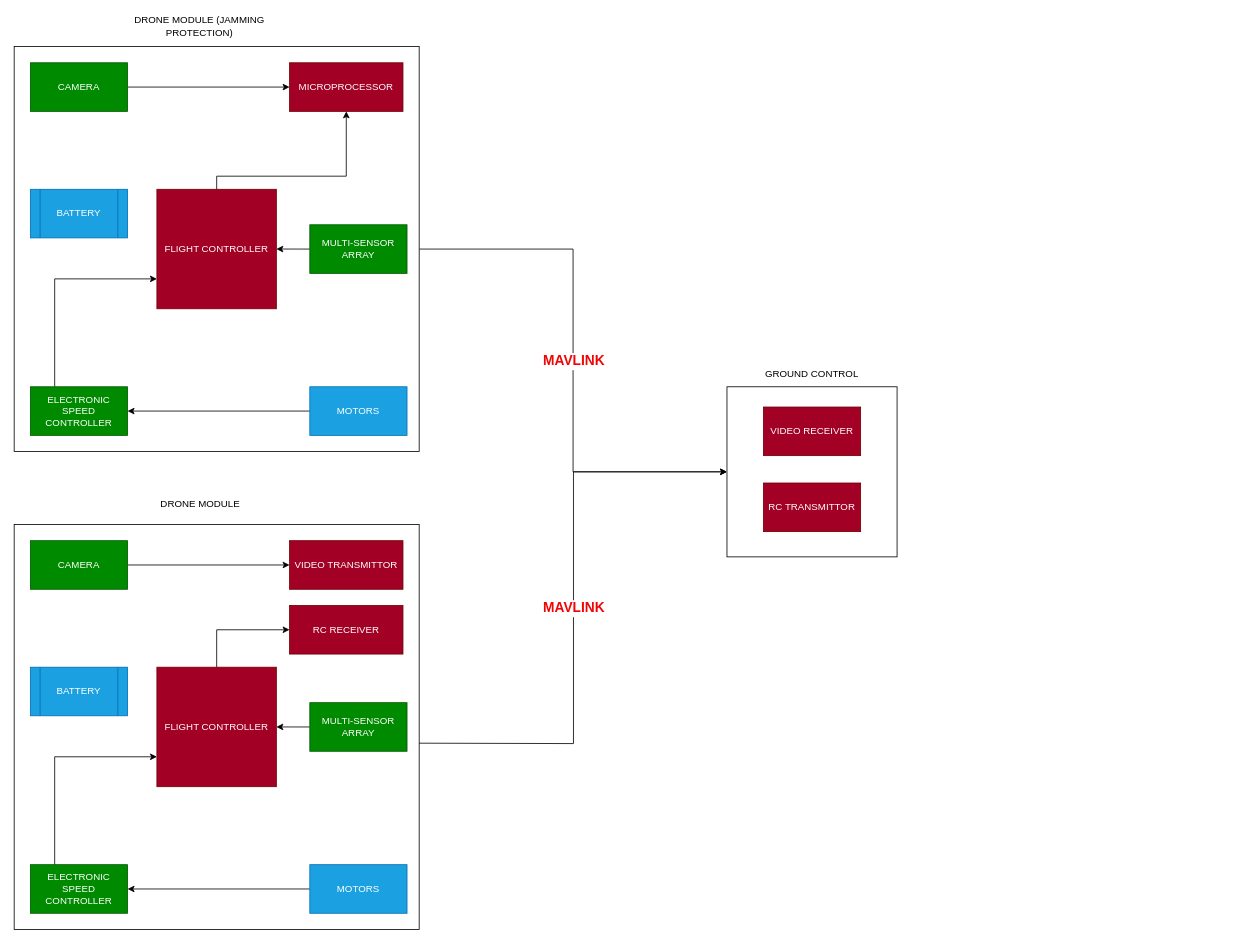
Earlier version of the draw.io diagram design/component_relationship.drawio (S-Khos/Precision-Guided-Loitering-Drone). Source tidied: cells renumbered, new cells numbered last; positions are measured from the earlier drawing's top-left corner, leaving out a move shared by most shapes. Both pictures are drawn from the tidied source at 81%, with x=0, y=0 at pixel (14, 14).
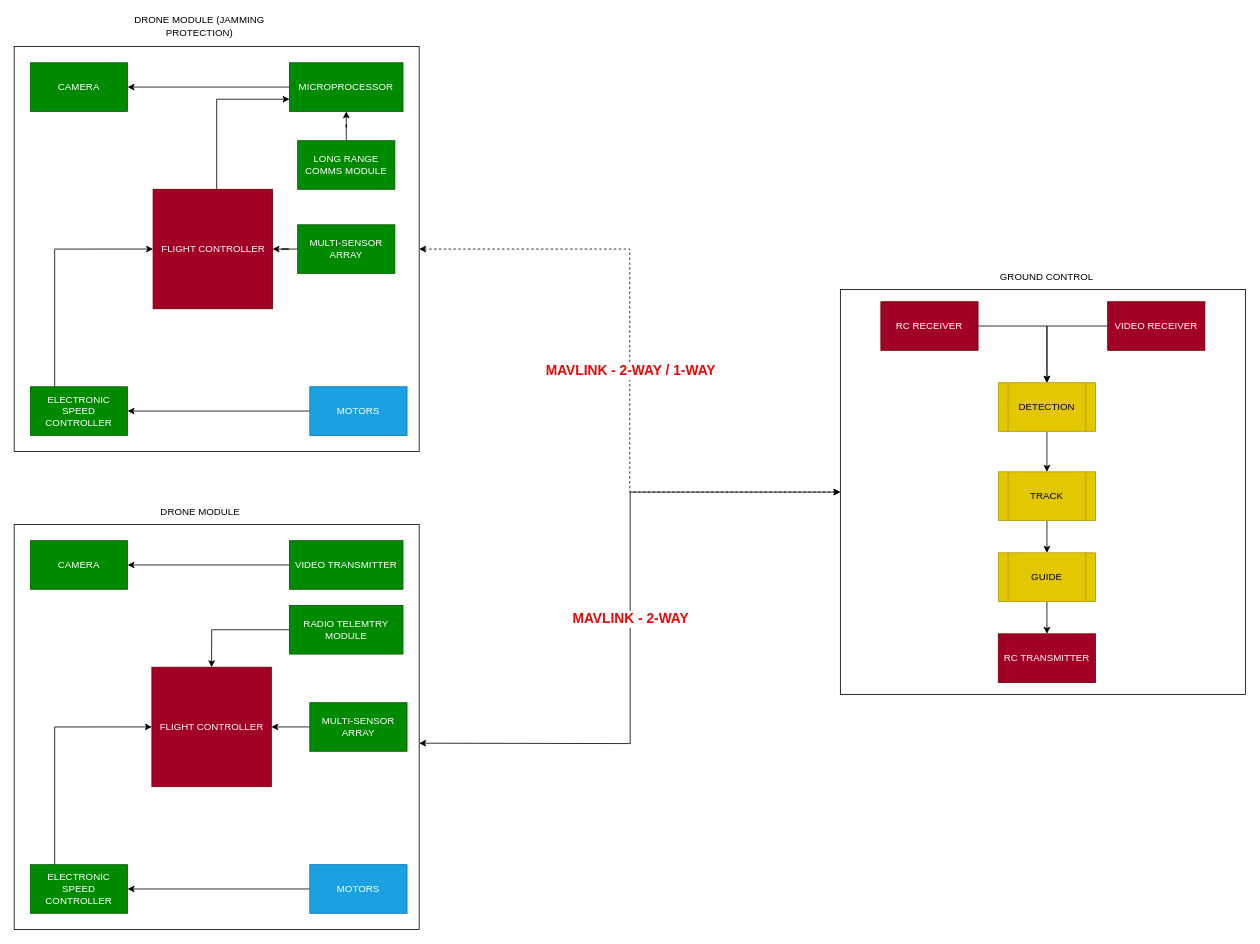
Above is the later version.

Unchanged cells that the change refers to:
```xml
<mxCell id="4" style="whiteSpace=wrap;html=1;" parent="1" vertex="1">
  <mxGeometry y="40" width="500" height="500" as="geometry" />
</mxCell>
<mxCell id="8" value="ELECTRONIC SPEED CONTROLLER" style="rounded=0;whiteSpace=wrap;html=1;fillColor=#008a00;fontColor=#ffffff;strokeColor=#005700;" parent="1" vertex="1">
  <mxGeometry x="20" y="460" width="120" height="60" as="geometry" />
</mxCell>
<mxCell id="12" value="CAMERA" style="rounded=0;whiteSpace=wrap;html=1;fillColor=#008a00;fontColor=#ffffff;strokeColor=#005700;" parent="1" vertex="1">
  <mxGeometry x="20" y="60" width="120" height="60" as="geometry" />
</mxCell>
<mxCell id="26" value="ELECTRONIC SPEED CONTROLLER" style="rounded=0;whiteSpace=wrap;html=1;fillColor=#008a00;fontColor=#ffffff;strokeColor=#005700;" parent="1" vertex="1">
  <mxGeometry x="20" y="1050" width="120" height="60" as="geometry" />
</mxCell>
<mxCell id="30" value="CAMERA" style="rounded=0;whiteSpace=wrap;html=1;fillColor=#008a00;fontColor=#ffffff;strokeColor=#005700;" parent="1" vertex="1">
  <mxGeometry x="20" y="650" width="120" height="60" as="geometry" />
</mxCell>
<mxCell id="32" value="MULTI-SENSOR ARRAY" style="rounded=0;whiteSpace=wrap;html=1;fillColor=#008a00;fontColor=#ffffff;strokeColor=#005700;" parent="1" vertex="1">
  <mxGeometry x="365" y="850" width="120" height="60" as="geometry" />
</mxCell>
```

The edit, as a diff of the source:
```diff
@@
-    <mxCell id="2" style="edgeStyle=orthogonalEdgeStyle;rounded=0;jettySize=auto;html=1;" parent="1" edge="1" source="4" target="15">
+    <mxCell id="2" style="edgeStyle=orthogonalEdgeStyle;rounded=0;jettySize=auto;html=1;endArrow=classic;endFill=1;startArrow=classic;startFill=1;dashed=1;" parent="1" edge="1" source="4" target="15">
       <mxGeometry relative="1" as="geometry" />
     </mxCell>
-    <mxCell id="3" value="MAVLINK" style="edgeLabel;html=1;align=center;verticalAlign=middle;fontStyle=1;fontSize=17;fontColor=#F00505;" parent="2" vertex="1">
+    <mxCell id="3" value="MAVLINK - 2-WAY / 1-WAY" style="edgeLabel;html=1;align=center;verticalAlign=middle;fontStyle=1;fontSize=17;fontColor=#F00505;" parent="2" vertex="1">
       <mxGeometry relative="1" as="geometry" />
     </mxCell>
@@
-    <mxCell id="5" style="edgeStyle=orthogonalEdgeStyle;rounded=0;jettySize=auto;html=1;" parent="1" edge="1" source="6" target="9">
+    <mxCell id="5" style="edgeStyle=orthogonalEdgeStyle;rounded=0;jettySize=auto;html=1;entryX=0;entryY=0.75;entryDx=0;entryDy=0;" parent="1" edge="1" source="6" target="9">
       <mxGeometry relative="1" as="geometry">
         <Array as="points">
-          <mxPoint x="250" y="200" />
-          <mxPoint x="410" y="200" />
+          <mxPoint x="250" y="105" />
         </Array>
       </mxGeometry>
     </mxCell>
     <mxCell id="6" value="FLIGHT CONTROLLER" style="whiteSpace=wrap;html=1;fillColor=#a20025;fontColor=#ffffff;strokeColor=#6F0000;" parent="1" vertex="1">
-      <mxGeometry x="176.2" y="216.2" width="147.5" height="147.5" as="geometry" />
+      <mxGeometry x="171.5" y="216.2" width="147.5" height="147.5" as="geometry" />
     </mxCell>
-    <mxCell id="7" style="edgeStyle=orthogonalEdgeStyle;rounded=0;jettySize=auto;html=1;exitX=0.25;exitY=0;exitDx=0;exitDy=0;entryX=0;entryY=0.75;entryDx=0;entryDy=0;" parent="1" edge="1" source="8" target="6">
+    <mxCell id="7" style="edgeStyle=orthogonalEdgeStyle;rounded=0;jettySize=auto;html=1;exitX=0.25;exitY=0;exitDx=0;exitDy=0;entryX=0;entryY=0.5;entryDx=0;entryDy=0;" parent="1" edge="1" source="8" target="6">
       <mxGeometry relative="1" as="geometry" />
     </mxCell>
@@
+    <mxCell id="39" style="edgeStyle=orthogonalEdgeStyle;rounded=0;jettySize=auto;html=1;exitX=0;exitY=0.5;exitDx=0;exitDy=0;entryX=1;entryY=0.5;entryDx=0;entryDy=0;" parent="1" edge="1" source="9" target="12">
+      <mxGeometry relative="1" as="geometry" />
+    </mxCell>
-    <mxCell id="9" value="MICROPROCESSOR" style="rounded=0;whiteSpace=wrap;html=1;fillColor=#a20025;fontColor=#ffffff;strokeColor=#6F0000;" parent="1" vertex="1">
+    <mxCell id="9" value="MICROPROCESSOR" style="rounded=0;whiteSpace=wrap;html=1;fillColor=#008a00;fontColor=#ffffff;strokeColor=#005700;" parent="1" vertex="1">
       <mxGeometry x="340" y="60" width="140" height="60" as="geometry" />
     </mxCell>
@@
-    <mxCell id="11" style="edgeStyle=orthogonalEdgeStyle;rounded=0;jettySize=auto;html=1;" parent="1" edge="1" source="12" target="9">
-      <mxGeometry relative="1" as="geometry" />
-    </mxCell>
@@
-    <mxCell id="13" style="edgeStyle=orthogonalEdgeStyle;rounded=0;jettySize=auto;html=1;exitX=0;exitY=0.5;exitDx=0;exitDy=0;entryX=1;entryY=0.5;entryDx=0;entryDy=0;" parent="1" edge="1" source="14" target="6">
+    <mxCell id="13" style="edgeStyle=orthogonalEdgeStyle;rounded=0;jettySize=auto;html=1;entryX=1;entryY=0.5;entryDx=0;entryDy=0;" parent="1" edge="1" source="14" target="6">
       <mxGeometry relative="1" as="geometry" />
     </mxCell>
     <mxCell id="14" value="MULTI-SENSOR ARRAY" style="rounded=0;whiteSpace=wrap;html=1;fillColor=#008a00;fontColor=#ffffff;strokeColor=#005700;" parent="1" vertex="1">
-      <mxGeometry x="365" y="260" width="120" height="60" as="geometry" />
+      <mxGeometry x="350" y="260" width="120" height="60" as="geometry" />
     </mxCell>
     <mxCell id="15" style="whiteSpace=wrap;html=1;" parent="1" vertex="1">
-      <mxGeometry x="880" y="460" width="210" height="210" as="geometry" />
+      <mxGeometry x="1020" y="340" width="500" height="500" as="geometry" />
     </mxCell>
     <mxCell id="16" value="GROUND CONTROL" style="text;html=1;strokeColor=none;fillColor=none;align=center;verticalAlign=middle;whiteSpace=wrap;rounded=0;" parent="1" vertex="1">
-      <mxGeometry x="895" y="430" width="180" height="30" as="geometry" />
+      <mxGeometry x="1185" y="310" width="180" height="30" as="geometry" />
     </mxCell>
+    <mxCell id="40" style="edgeStyle=orthogonalEdgeStyle;rounded=0;jettySize=auto;html=1;" parent="1" edge="1" source="17" target="44">
+      <mxGeometry relative="1" as="geometry" />
+    </mxCell>
     <mxCell id="17" value="VIDEO RECEIVER" style="rounded=0;whiteSpace=wrap;html=1;fillColor=#a20025;fontColor=#ffffff;strokeColor=#6F0000;" parent="1" vertex="1">
-      <mxGeometry x="925" y="485" width="120" height="60" as="geometry" />
+      <mxGeometry x="1350" y="355" width="120" height="60" as="geometry" />
     </mxCell>
@@
-    <mxCell id="20" value="BATTERY" style="shape=process;whiteSpace=wrap;html=1;backgroundOutline=1;fillColor=#1ba1e2;fontColor=#ffffff;strokeColor=#006EAF;" parent="1" vertex="1">
-      <mxGeometry x="20" y="216.2" width="120" height="60" as="geometry" />
-    </mxCell>
-    <mxCell id="21" value="RC TRANSMITTOR" style="rounded=0;whiteSpace=wrap;html=1;fillColor=#a20025;fontColor=#ffffff;strokeColor=#6F0000;" parent="1" vertex="1">
-      <mxGeometry x="925" y="578.8" width="120" height="60" as="geometry" />
+    <mxCell id="21" value="RC TRANSMITTER" style="rounded=0;whiteSpace=wrap;html=1;fillColor=#a20025;fontColor=#ffffff;strokeColor=#6F0000;" parent="1" vertex="1">
+      <mxGeometry x="1215" y="765" width="120" height="60" as="geometry" />
     </mxCell>
@@
-    <mxCell id="23" style="edgeStyle=orthogonalEdgeStyle;rounded=0;jettySize=auto;html=1;entryX=0;entryY=0.5;entryDx=0;entryDy=0;" parent="1" edge="1" source="24" target="36">
-      <mxGeometry relative="1" as="geometry">
-        <Array as="points">
-          <mxPoint x="250" y="760" />
-        </Array>
-      </mxGeometry>
-    </mxCell>
     <mxCell id="24" value="FLIGHT CONTROLLER" style="whiteSpace=wrap;html=1;fillColor=#a20025;fontColor=#ffffff;strokeColor=#6F0000;" parent="1" vertex="1">
-      <mxGeometry x="176.2" y="806.2" width="147.5" height="147.5" as="geometry" />
+      <mxGeometry x="170" y="806.2" width="147.5" height="147.5" as="geometry" />
     </mxCell>
-    <mxCell id="25" style="edgeStyle=orthogonalEdgeStyle;rounded=0;jettySize=auto;html=1;exitX=0.25;exitY=0;exitDx=0;exitDy=0;entryX=0;entryY=0.75;entryDx=0;entryDy=0;" parent="1" edge="1" source="26" target="24">
+    <mxCell id="25" style="edgeStyle=orthogonalEdgeStyle;rounded=0;jettySize=auto;html=1;exitX=0.25;exitY=0;exitDx=0;exitDy=0;entryX=0;entryY=0.5;entryDx=0;entryDy=0;" parent="1" edge="1" source="26" target="24">
       <mxGeometry relative="1" as="geometry" />
     </mxCell>
@@
+    <mxCell id="41" style="edgeStyle=orthogonalEdgeStyle;rounded=0;jettySize=auto;html=1;exitX=0;exitY=0.5;exitDx=0;exitDy=0;" parent="1" edge="1" source="27" target="30">
+      <mxGeometry relative="1" as="geometry" />
+    </mxCell>
-    <mxCell id="27" value="VIDEO TRANSMITTOR" style="rounded=0;whiteSpace=wrap;html=1;fillColor=#a20025;fontColor=#ffffff;strokeColor=#6F0000;" parent="1" vertex="1">
+    <mxCell id="27" value="VIDEO TRANSMITTER" style="rounded=0;whiteSpace=wrap;html=1;fillColor=#008a00;fontColor=#ffffff;strokeColor=#005700;" parent="1" vertex="1">
       <mxGeometry x="340" y="650" width="140" height="60" as="geometry" />
     </mxCell>
     <mxCell id="28" value="DRONE MODULE" style="text;html=1;strokeColor=none;fillColor=none;align=center;verticalAlign=middle;whiteSpace=wrap;rounded=0;" parent="1" vertex="1">
-      <mxGeometry x="140" y="590" width="180" height="30" as="geometry" />
+      <mxGeometry x="140" y="600" width="180" height="30" as="geometry" />
     </mxCell>
-    <mxCell id="29" style="edgeStyle=orthogonalEdgeStyle;rounded=0;jettySize=auto;html=1;" parent="1" edge="1" source="30" target="27">
-      <mxGeometry relative="1" as="geometry" />
-    </mxCell>
@@
-    <mxCell id="31" style="edgeStyle=orthogonalEdgeStyle;rounded=0;jettySize=auto;html=1;exitX=0;exitY=0.5;exitDx=0;exitDy=0;entryX=1;entryY=0.5;entryDx=0;entryDy=0;" parent="1" edge="1" source="32" target="24">
+    <mxCell id="31" style="edgeStyle=orthogonalEdgeStyle;rounded=0;jettySize=auto;html=1;entryX=1;entryY=0.5;entryDx=0;entryDy=0;" parent="1" edge="1" source="32" target="24">
       <mxGeometry relative="1" as="geometry" />
     </mxCell>
@@
-    <mxCell id="35" value="BATTERY" style="shape=process;whiteSpace=wrap;html=1;backgroundOutline=1;fillColor=#1ba1e2;fontColor=#ffffff;strokeColor=#006EAF;" parent="1" vertex="1">
-      <mxGeometry x="20" y="806.2" width="120" height="60" as="geometry" />
-    </mxCell>
+    <mxCell id="42" style="edgeStyle=orthogonalEdgeStyle;rounded=0;jettySize=auto;html=1;exitX=0;exitY=0.5;exitDx=0;exitDy=0;entryX=0.5;entryY=0;entryDx=0;entryDy=0;" parent="1" edge="1" source="36" target="24">
+      <mxGeometry relative="1" as="geometry" />
+    </mxCell>
-    <mxCell id="36" value="RC RECEIVER" style="rounded=0;whiteSpace=wrap;html=1;fillColor=#a20025;fontColor=#ffffff;strokeColor=#6F0000;" parent="1" vertex="1">
+    <mxCell id="36" value="RADIO TELEMTRY MODULE" style="rounded=0;whiteSpace=wrap;html=1;fillColor=#008a00;fontColor=#ffffff;strokeColor=#005700;" parent="1" vertex="1">
       <mxGeometry x="340" y="730" width="140" height="60" as="geometry" />
     </mxCell>
-    <mxCell id="37" style="edgeStyle=orthogonalEdgeStyle;rounded=0;jettySize=auto;html=1;entryX=0;entryY=0.5;entryDx=0;entryDy=0;" parent="1" edge="1" target="15">
+    <mxCell id="37" style="edgeStyle=orthogonalEdgeStyle;rounded=0;jettySize=auto;html=1;entryX=0;entryY=0.5;entryDx=0;entryDy=0;startArrow=classic;startFill=1;" parent="1" edge="1" target="15">
       <mxGeometry relative="1" as="geometry">
         <mxPoint x="500" y="900" as="sourcePoint" />
       </mxGeometry>
     </mxCell>
-    <mxCell id="38" value="MAVLINK" style="edgeLabel;html=1;align=center;verticalAlign=middle;fontStyle=1;fontSize=17;fontColor=#F00505;" parent="37" vertex="1">
+    <mxCell id="38" value="MAVLINK - 2-WAY" style="edgeLabel;html=1;align=center;verticalAlign=middle;fontStyle=1;fontSize=17;fontColor=#F00505;" parent="37" vertex="1">
       <mxGeometry relative="1" as="geometry" />
     </mxCell>
+    <mxCell id="43" style="edgeStyle=orthogonalEdgeStyle;rounded=0;jettySize=auto;html=1;exitX=0.5;exitY=1;exitDx=0;exitDy=0;" parent="1" edge="1" source="44" target="46">
+      <mxGeometry relative="1" as="geometry" />
+    </mxCell>
+    <mxCell id="44" value="DETECTION" style="shape=process;whiteSpace=wrap;html=1;backgroundOutline=1;fillColor=#e3c800;fontColor=#000000;strokeColor=#B09500;" parent="1" vertex="1">
+      <mxGeometry x="1215" y="455" width="120" height="60" as="geometry" />
+    </mxCell>
+    <mxCell id="45" style="edgeStyle=orthogonalEdgeStyle;rounded=0;jettySize=auto;html=1;exitX=0.5;exitY=1;exitDx=0;exitDy=0;" parent="1" edge="1" source="46" target="48">
+      <mxGeometry relative="1" as="geometry" />
+    </mxCell>
+    <mxCell id="46" value="TRACK" style="shape=process;whiteSpace=wrap;html=1;backgroundOutline=1;fillColor=#e3c800;fontColor=#000000;strokeColor=#B09500;" parent="1" vertex="1">
+      <mxGeometry x="1215" y="565" width="120" height="60" as="geometry" />
+    </mxCell>
+    <mxCell id="47" style="edgeStyle=orthogonalEdgeStyle;rounded=0;jettySize=auto;html=1;" parent="1" edge="1" source="48" target="21">
+      <mxGeometry relative="1" as="geometry" />
+    </mxCell>
+    <mxCell id="48" value="GUIDE" style="shape=process;whiteSpace=wrap;html=1;backgroundOutline=1;fillColor=#e3c800;fontColor=#000000;strokeColor=#B09500;" parent="1" vertex="1">
+      <mxGeometry x="1215" y="665" width="120" height="60" as="geometry" />
+    </mxCell>
+    <mxCell id="49" style="edgeStyle=orthogonalEdgeStyle;rounded=0;jettySize=auto;html=1;" parent="1" edge="1" source="50" target="9">
+      <mxGeometry relative="1" as="geometry" />
+    </mxCell>
+    <mxCell id="50" value="LONG RANGE COMMS MODULE" style="rounded=0;whiteSpace=wrap;html=1;fillColor=#008a00;fontColor=#ffffff;strokeColor=#005700;" parent="1" vertex="1">
+      <mxGeometry x="350" y="156.2" width="120" height="60" as="geometry" />
+    </mxCell>
+    <mxCell id="51" style="edgeStyle=orthogonalEdgeStyle;rounded=0;jettySize=auto;html=1;entryX=0.5;entryY=0;entryDx=0;entryDy=0;" parent="1" edge="1" source="52" target="44">
+      <mxGeometry relative="1" as="geometry" />
+    </mxCell>
+    <mxCell id="52" value="RC RECEIVER" style="rounded=0;whiteSpace=wrap;html=1;fillColor=#a20025;fontColor=#ffffff;strokeColor=#6F0000;" parent="1" vertex="1">
+      <mxGeometry x="1070" y="355" width="120" height="60" as="geometry" />
+    </mxCell>
```
